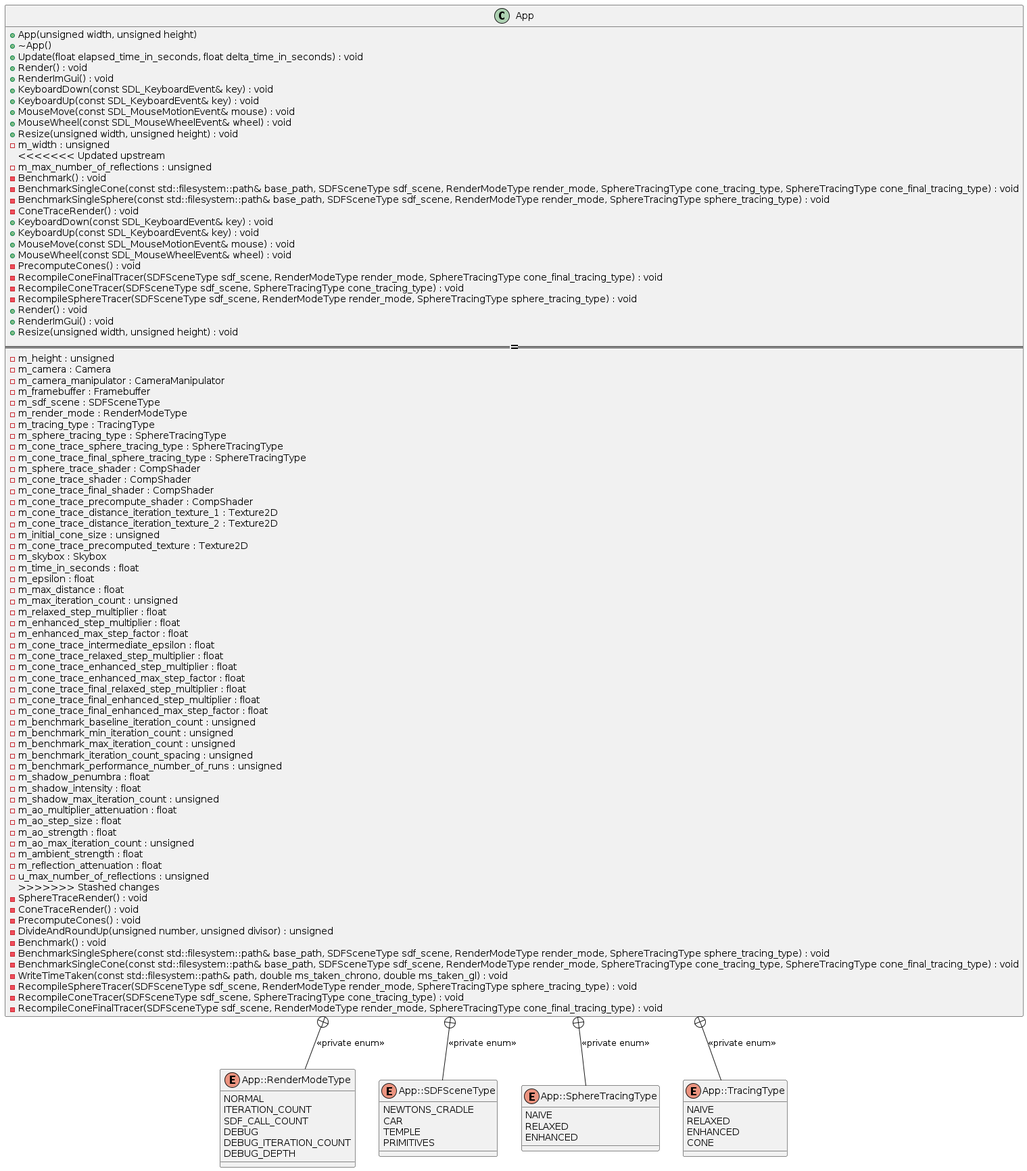
The PlantUML diagram docs/plantuml/App_class_diagram.png in monkeysoop/szakdoga, before a commit.
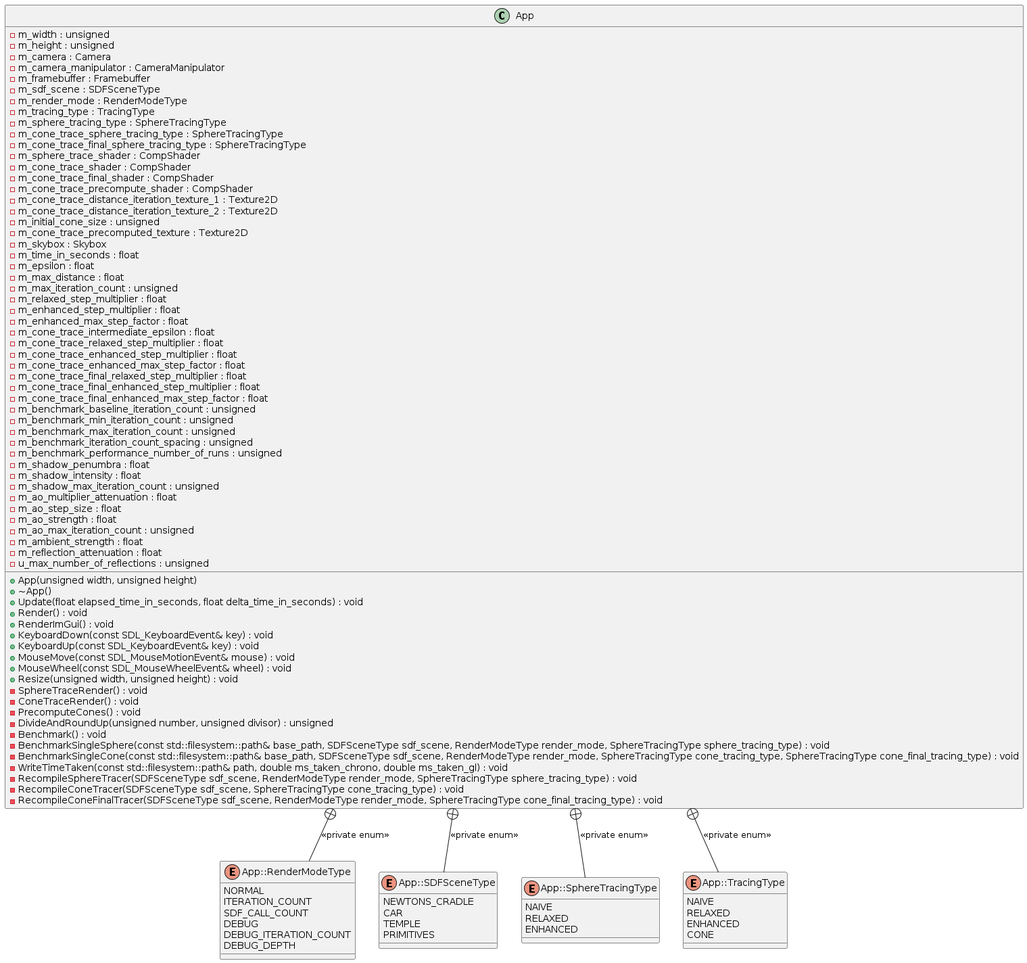
Above is the later version.

Commit message:
for some reason this shit got left in

What changed in the source:
```diff
@@ -14,24 +14,6 @@
     + MouseWheel(const SDL_MouseWheelEvent& wheel) : void
     + Resize(unsigned width, unsigned height) : void
 	-m_width : unsigned
-<<<<<<< Updated upstream
-	-m_max_number_of_reflections : unsigned
-	-Benchmark() : void
-	-BenchmarkSingleCone(const std::filesystem::path& base_path, SDFSceneType sdf_scene, RenderModeType render_mode, SphereTracingType cone_tracing_type, SphereTracingType cone_final_tracing_type) : void
-	-BenchmarkSingleSphere(const std::filesystem::path& base_path, SDFSceneType sdf_scene, RenderModeType render_mode, SphereTracingType sphere_tracing_type) : void
-	-ConeTraceRender() : void
-	+KeyboardDown(const SDL_KeyboardEvent& key) : void
-	+KeyboardUp(const SDL_KeyboardEvent& key) : void
-	+MouseMove(const SDL_MouseMotionEvent& mouse) : void
-	+MouseWheel(const SDL_MouseWheelEvent& wheel) : void
-	-PrecomputeCones() : void
-	-RecompileConeFinalTracer(SDFSceneType sdf_scene, RenderModeType render_mode, SphereTracingType cone_final_tracing_type) : void
-	-RecompileConeTracer(SDFSceneType sdf_scene, SphereTracingType cone_tracing_type) : void
-	-RecompileSphereTracer(SDFSceneType sdf_scene, RenderModeType render_mode, SphereTracingType sphere_tracing_type) : void
-	+Render() : void
-	+RenderImGui() : void
-	+Resize(unsigned width, unsigned height) : void
-=======
     -m_height : unsigned
     -m_camera : Camera
     -m_camera_manipulator : CameraManipulator
@@ -80,7 +62,6 @@
     -m_ambient_strength : float
     -m_reflection_attenuation : float
     -u_max_number_of_reflections : unsigned
->>>>>>> Stashed changes
 	-SphereTraceRender() : void
     -ConeTraceRender() : void
     -PrecomputeCones() : void
```
